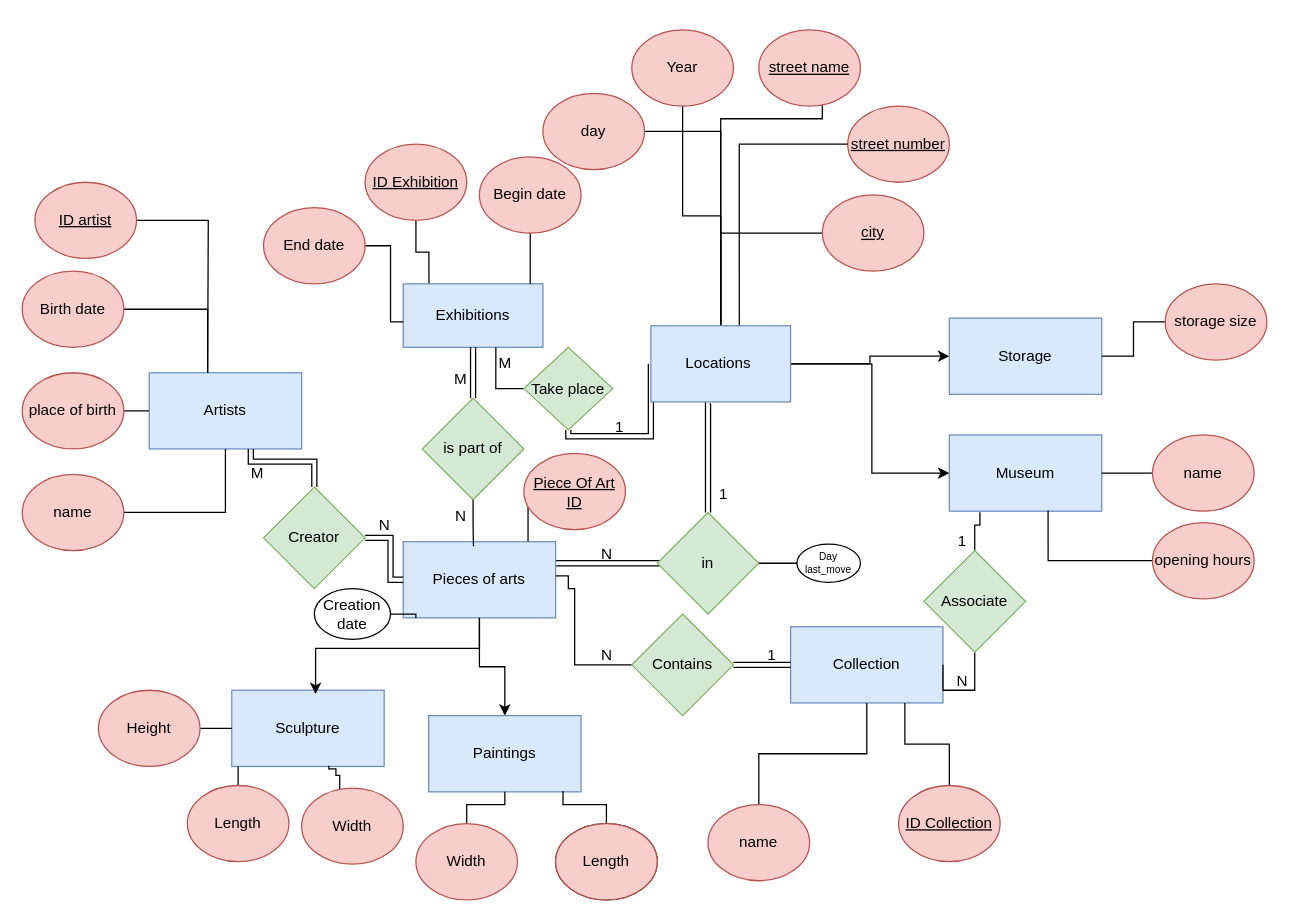
Above: arts.drawio in KhalyHackerman/databases_p1 (draw.io), before the change. Source tidied: cells renumbered, new cells numbered last; positions are measured from the earlier drawing's top-left corner, leaving out a move shared by most shapes. Both pictures are drawn from the tidied source at 127%, with x=0, y=0 at pixel (22, 29).
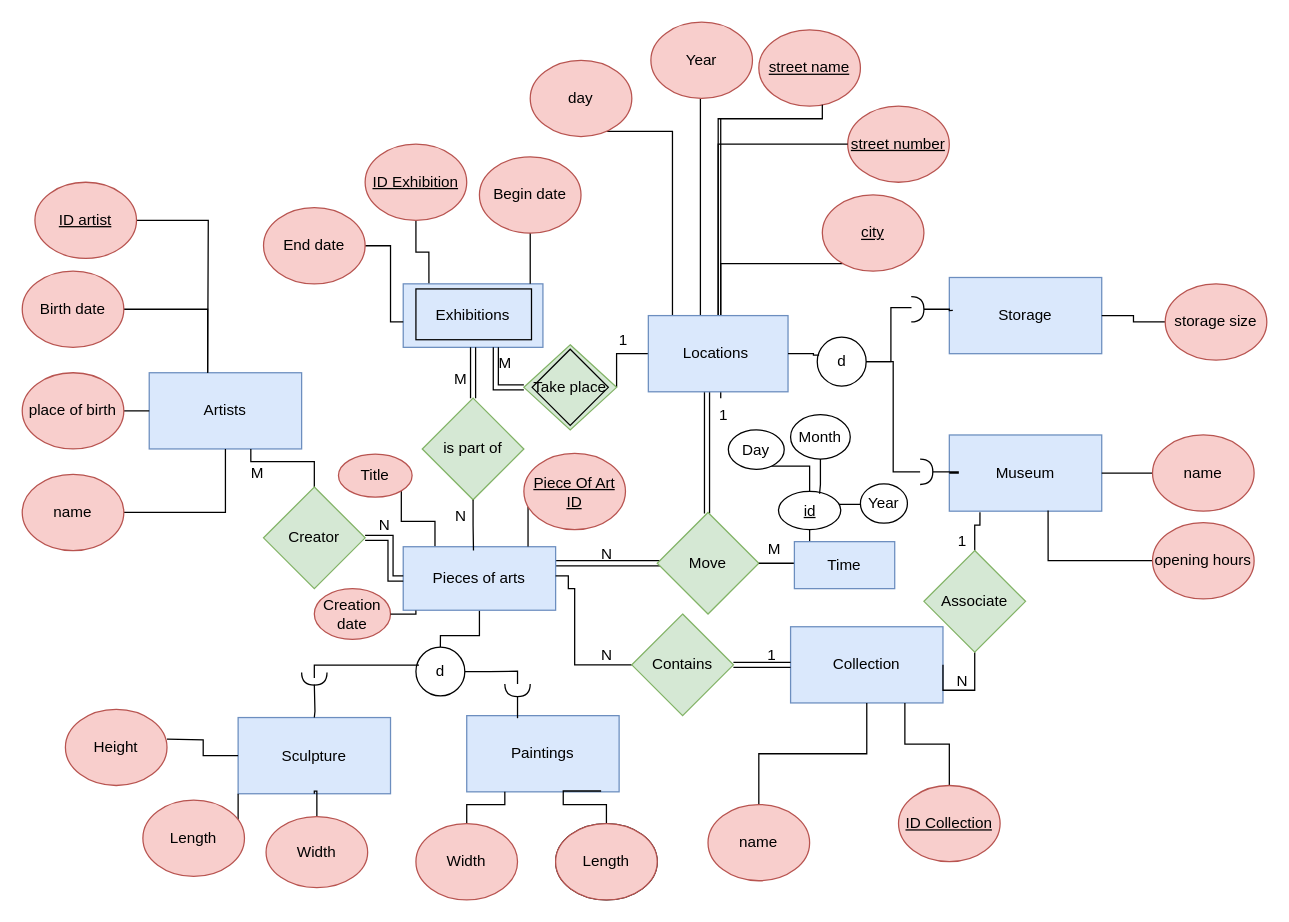
Above is the later version.

Commit message:
Mettre à jour arts.drawio

The change refers to these unchanged cells:
```xml
<mxCell id="5" value="Artists" style="rounded=0;whiteSpace=wrap;html=1;fillColor=#dae8fc;strokeColor=#6c8ebf;" parent="1" vertex="1">
  <mxGeometry x="100" y="270" width="120" height="60" as="geometry" />
</mxCell>
<mxCell id="6" value="Exhibitions" style="rounded=0;whiteSpace=wrap;html=1;fillColor=#dae8fc;strokeColor=#6c8ebf;" parent="1" vertex="1">
  <mxGeometry x="300" y="200" width="110" height="50" as="geometry" />
</mxCell>
<mxCell id="10" value="Museum" style="rounded=0;whiteSpace=wrap;html=1;fillColor=#dae8fc;strokeColor=#6c8ebf;" parent="1" vertex="1">
  <mxGeometry x="730" y="319" width="120" height="60" as="geometry" />
</mxCell>
<mxCell id="16" value="Creator" style="rhombus;whiteSpace=wrap;html=1;fillColor=#d5e8d4;strokeColor=#82b366;" parent="1" vertex="1">
  <mxGeometry x="190" y="360" width="80" height="80" as="geometry" />
</mxCell>
<mxCell id="66" value="&lt;u&gt;city&lt;/u&gt;" style="ellipse;whiteSpace=wrap;html=1;fillColor=#f8cecc;strokeColor=#b85450;" parent="1" vertex="1">
  <mxGeometry x="630" y="130" width="80" height="60" as="geometry" />
</mxCell>
<mxCell id="68" value="&lt;u&gt;street name&lt;/u&gt;" style="ellipse;whiteSpace=wrap;html=1;fillColor=#f8cecc;strokeColor=#b85450;" parent="1" vertex="1">
  <mxGeometry x="580" width="80" height="60" as="geometry" />
</mxCell>
<mxCell id="69" value="&lt;u&gt;street number&lt;/u&gt;" style="ellipse;whiteSpace=wrap;html=1;fillColor=#f8cecc;strokeColor=#b85450;" parent="1" vertex="1">
  <mxGeometry x="650" y="60" width="80" height="60" as="geometry" />
</mxCell>
```

Diff of the diagram source:
```diff
@@
-    <mxCell id="3" style="edgeStyle=orthogonalEdgeStyle;rounded=0;jettySize=auto;html=1;" parent="1" edge="1" source="4" target="11">
-      <mxGeometry relative="1" as="geometry" />
-    </mxCell>
+    <mxCell id="96" style="edgeStyle=orthogonalEdgeStyle;rounded=0;jettySize=auto;html=1;entryX=0.5;entryY=0;entryDx=0;entryDy=0;endArrow=none;startFill=0;" parent="1" edge="1" source="4" target="99">
+      <mxGeometry relative="1" as="geometry" />
+    </mxCell>
+    <mxCell id="97" style="edgeStyle=orthogonalEdgeStyle;rounded=0;jettySize=auto;html=1;entryX=1;entryY=1;entryDx=0;entryDy=0;endArrow=none;startFill=0;" parent="1" edge="1" source="4" target="116">
+      <mxGeometry relative="1" as="geometry">
+        <Array as="points">
+          <mxPoint x="325" y="387" />
+          <mxPoint x="299" y="387" />
+        </Array>
+      </mxGeometry>
+    </mxCell>
     <mxCell id="4" value="Pieces of arts" style="rounded=0;whiteSpace=wrap;html=1;fillColor=#dae8fc;strokeColor=#6c8ebf;" parent="1" vertex="1">
-      <mxGeometry x="300" y="403" width="120" height="60" as="geometry" />
+      <mxGeometry x="300" y="407" width="120" height="50" as="geometry" />
     </mxCell>
@@
-    <mxCell id="7" style="edgeStyle=orthogonalEdgeStyle;rounded=0;jettySize=auto;html=1;entryX=0;entryY=0.5;entryDx=0;entryDy=0;exitX=1;exitY=0.5;exitDx=0;exitDy=0;" parent="1" edge="1" source="94" target="10">
-      <mxGeometry relative="1" as="geometry">
-        <Array as="points">
-          <mxPoint x="669" y="263" />
-          <mxPoint x="669" y="349" />
-        </Array>
-      </mxGeometry>
-    </mxCell>
-    <mxCell id="8" style="edgeStyle=orthogonalEdgeStyle;rounded=0;jettySize=auto;html=1;entryX=0;entryY=0.5;entryDx=0;entryDy=0;" parent="1" edge="1" source="94" target="9">
-      <mxGeometry relative="1" as="geometry" />
-    </mxCell>
     <mxCell id="9" value="Storage" style="rounded=0;whiteSpace=wrap;html=1;fillColor=#dae8fc;strokeColor=#6c8ebf;" parent="1" vertex="1">
-      <mxGeometry x="730" y="227" width="120" height="60" as="geometry" />
+      <mxGeometry x="730" y="195" width="120" height="60" as="geometry" />
     </mxCell>
@@
     <mxCell id="11" value="Paintings" style="whiteSpace=wrap;html=1;fillColor=#dae8fc;strokeColor=#6c8ebf;" parent="1" vertex="1">
-      <mxGeometry x="320" y="540" width="120" height="60" as="geometry" />
+      <mxGeometry x="350" y="540" width="120" height="60" as="geometry" />
     </mxCell>
     <mxCell id="12" value="Sculpture" style="whiteSpace=wrap;html=1;fillColor=#dae8fc;strokeColor=#6c8ebf;" parent="1" vertex="1">
-      <mxGeometry x="165" y="520" width="120" height="60" as="geometry" />
+      <mxGeometry x="170" y="541.5" width="120" height="60" as="geometry" />
     </mxCell>
@@
-    <mxCell id="14" style="edgeStyle=orthogonalEdgeStyle;rounded=0;jettySize=auto;html=1;endArrow=none;startFill=0;shape=link;" parent="1" edge="1" source="16" target="5">
+    <mxCell id="14" style="edgeStyle=orthogonalEdgeStyle;rounded=0;jettySize=auto;html=1;endArrow=none;startFill=0;" parent="1" edge="1" source="16" target="5">
       <mxGeometry relative="1" as="geometry">
         <Array as="points">
           <mxPoint x="230" y="340" />
           <mxPoint x="180" y="340" />
         </Array>
       </mxGeometry>
     </mxCell>
@@
-    <mxCell id="17" style="edgeStyle=orthogonalEdgeStyle;rounded=0;jettySize=auto;html=1;entryX=0;entryY=0.5;entryDx=0;entryDy=0;endArrow=none;startFill=0;exitX=0.5;exitY=1;exitDx=0;exitDy=0;shape=link;" parent="1" edge="1" source="19" target="94">
+    <mxCell id="17" style="edgeStyle=orthogonalEdgeStyle;rounded=0;jettySize=auto;html=1;entryX=0;entryY=0.5;entryDx=0;entryDy=0;endArrow=none;startFill=0;exitX=1;exitY=0.5;exitDx=0;exitDy=0;" parent="1" edge="1" source="19" target="94">
       <mxGeometry relative="1" as="geometry">
         <Array as="points">
-          <mxPoint x="430" y="320" />
+          <mxPoint x="468" y="255" />
         </Array>
       </mxGeometry>
     </mxCell>
-    <mxCell id="18" style="edgeStyle=orthogonalEdgeStyle;rounded=0;jettySize=auto;html=1;entryX=0.663;entryY=0.997;entryDx=0;entryDy=0;entryPerimeter=0;exitX=0;exitY=0.5;exitDx=0;exitDy=0;endArrow=none;startFill=0;" parent="1" edge="1" source="19" target="6">
+    <mxCell id="18" style="edgeStyle=orthogonalEdgeStyle;rounded=0;jettySize=auto;html=1;entryX=0.663;entryY=0.997;entryDx=0;entryDy=0;entryPerimeter=0;exitX=0;exitY=0.5;exitDx=0;exitDy=0;endArrow=none;startFill=0;shape=link;" parent="1" edge="1" source="19" target="6">
       <mxGeometry relative="1" as="geometry" />
     </mxCell>
     <mxCell id="19" value="Take place" style="rhombus;whiteSpace=wrap;html=1;fillColor=#d5e8d4;strokeColor=#82b366;" parent="1" vertex="1">
-      <mxGeometry x="395" y="250" width="70" height="65" as="geometry" />
+      <mxGeometry x="395" y="248" width="73" height="67" as="geometry" />
     </mxCell>
@@
-    <mxCell id="21" value="in" style="rhombus;whiteSpace=wrap;html=1;fillColor=#d5e8d4;strokeColor=#82b366;" parent="1" vertex="1">
+    <mxCell id="21" value="Move" style="rhombus;whiteSpace=wrap;html=1;fillColor=#d5e8d4;strokeColor=#82b366;" parent="1" vertex="1">
       <mxGeometry x="500" y="380" width="80" height="80" as="geometry" />
     </mxCell>
@@
-    <mxCell id="36" value="Creation date" style="ellipse;whiteSpace=wrap;html=1;" parent="1" vertex="1">
+    <mxCell id="36" value="Creation date" style="ellipse;whiteSpace=wrap;html=1;fillColor=#f8cecc;strokeColor=#b85450;" parent="1" vertex="1">
       <mxGeometry x="230" y="440" width="60" height="40" as="geometry" />
     </mxCell>
@@
-    <mxCell id="42" style="edgeStyle=orthogonalEdgeStyle;rounded=0;jettySize=auto;html=1;entryX=0.637;entryY=0.992;entryDx=0;entryDy=0;entryPerimeter=0;endArrow=none;startFill=0;" parent="1" edge="1" source="43" target="12">
-      <mxGeometry relative="1" as="geometry">
-        <Array as="points">
-          <mxPoint x="250" y="587" />
-          <mxPoint x="247" y="587" />
-          <mxPoint x="247" y="582" />
-          <mxPoint x="241" y="582" />
-        </Array>
-      </mxGeometry>
+    <mxCell id="42" style="edgeStyle=orthogonalEdgeStyle;rounded=0;jettySize=auto;html=1;entryX=0.5;entryY=1;entryDx=0;entryDy=0;endArrow=none;startFill=0;" parent="1" edge="1" source="43" target="12">
+      <mxGeometry relative="1" as="geometry" />
     </mxCell>
     <mxCell id="43" value="Width" style="ellipse;whiteSpace=wrap;html=1;fillColor=#f8cecc;strokeColor=#b85450;" parent="1" vertex="1">
-      <mxGeometry x="220" y="597" width="80" height="60" as="geometry" />
+      <mxGeometry x="192" y="619.5" width="80" height="56" as="geometry" />
     </mxCell>
     <mxCell id="44" style="edgeStyle=orthogonalEdgeStyle;rounded=0;jettySize=auto;html=1;endArrow=none;startFill=0;" parent="1" edge="1" source="45" target="12">
       <mxGeometry relative="1" as="geometry">
         <Array as="points">
-          <mxPoint x="170" y="580" />
-          <mxPoint x="220" y="580" />
+          <mxPoint x="170" y="573.5" />
+          <mxPoint x="220" y="573.5" />
         </Array>
       </mxGeometry>
     </mxCell>
     <mxCell id="45" value="Length" style="ellipse;whiteSpace=wrap;html=1;fillColor=#f8cecc;strokeColor=#b85450;" parent="1" vertex="1">
-      <mxGeometry x="130" y="595" width="80" height="60" as="geometry" />
+      <mxGeometry x="95" y="606.5" width="80" height="60" as="geometry" />
     </mxCell>
@@
-    <mxCell id="47" style="edgeStyle=orthogonalEdgeStyle;rounded=0;jettySize=auto;html=1;endArrow=none;startFill=0;" parent="1" edge="1" source="48" target="94">
-      <mxGeometry relative="1" as="geometry" />
+    <mxCell id="47" style="edgeStyle=orthogonalEdgeStyle;rounded=0;jettySize=auto;html=1;endArrow=none;startFill=0;" parent="1" edge="1" source="48">
+      <mxGeometry relative="1" as="geometry">
+        <mxPoint x="537" y="231" as="targetPoint" />
+        <Array as="points">
+          <mxPoint x="534" y="233" />
+          <mxPoint x="537" y="233" />
+        </Array>
+      </mxGeometry>
     </mxCell>
     <mxCell id="48" value="Year" style="ellipse;whiteSpace=wrap;html=1;fillColor=#f8cecc;strokeColor=#b85450;" parent="1" vertex="1">
-      <mxGeometry x="480" width="80" height="60" as="geometry" />
+      <mxGeometry x="495" y="-6" width="80" height="60" as="geometry" />
     </mxCell>
     <mxCell id="49" style="edgeStyle=orthogonalEdgeStyle;rounded=0;jettySize=auto;html=1;endArrow=none;startFill=0;" parent="1" edge="1" source="50" target="94">
-      <mxGeometry relative="1" as="geometry" />
+      <mxGeometry relative="1" as="geometry">
+        <Array as="points">
+          <mxPoint x="512" y="80" />
+        </Array>
+      </mxGeometry>
     </mxCell>
     <mxCell id="50" value="day" style="ellipse;whiteSpace=wrap;html=1;fillColor=#f8cecc;strokeColor=#b85450;" parent="1" vertex="1">
-      <mxGeometry x="410" y="50" width="80" height="60" as="geometry" />
+      <mxGeometry x="400" y="24" width="80" height="60" as="geometry" />
     </mxCell>
@@
-    <mxCell id="59" style="edgeStyle=orthogonalEdgeStyle;rounded=0;jettySize=auto;html=1;endArrow=none;startFill=0;" parent="1" edge="1" source="60" target="12">
-      <mxGeometry relative="1" as="geometry" />
+    <mxCell id="59" style="edgeStyle=orthogonalEdgeStyle;rounded=0;jettySize=auto;html=1;endArrow=none;startFill=0;" parent="1" edge="1" target="12">
+      <mxGeometry relative="1" as="geometry">
+        <mxPoint x="114" y="558.5" as="sourcePoint" />
+      </mxGeometry>
     </mxCell>
     <mxCell id="60" value="Height" style="ellipse;whiteSpace=wrap;html=1;fillColor=#f8cecc;strokeColor=#b85450;" parent="1" vertex="1">
-      <mxGeometry x="60" y="520" width="80" height="60" as="geometry" />
+      <mxGeometry x="34" y="535" width="80" height="60" as="geometry" />
     </mxCell>
@@
     <mxCell id="65" style="edgeStyle=orthogonalEdgeStyle;rounded=0;jettySize=auto;html=1;entryX=0.5;entryY=0;entryDx=0;entryDy=0;endArrow=none;startFill=0;" parent="1" edge="1" source="66" target="94">
-      <mxGeometry relative="1" as="geometry" />
+      <mxGeometry relative="1" as="geometry">
+        <Array as="points">
+          <mxPoint x="550" y="184" />
+        </Array>
+      </mxGeometry>
     </mxCell>
@@
-    <mxCell id="67" style="edgeStyle=orthogonalEdgeStyle;rounded=0;jettySize=auto;html=1;endArrow=none;startFill=0;" parent="1" edge="1" source="68">
+    <mxCell id="67" style="edgeStyle=orthogonalEdgeStyle;rounded=0;jettySize=auto;html=1;endArrow=none;startFill=0;" parent="1" edge="1" source="94">
       <mxGeometry relative="1" as="geometry">
         <mxPoint x="550" y="290" as="targetPoint" />
         <Array as="points">
-          <mxPoint x="630" y="70" />
           <mxPoint x="550" y="70" />
         </Array>
       </mxGeometry>
     </mxCell>
@@
     <mxCell id="76" value="1" style="text;html=1;align=center;verticalAlign=middle;strokeColor=none;fillColor=none;" parent="1" vertex="1">
-      <mxGeometry x="455" y="298" width="30" height="30" as="geometry" />
+      <mxGeometry x="458" y="230" width="30" height="30" as="geometry" />
     </mxCell>
@@
-    <mxCell id="82" value="Day last_move" style="ellipse;whiteSpace=wrap;html=1;fontSize=8;" parent="1" vertex="1">
-      <mxGeometry x="610" y="405" width="50" height="30" as="geometry" />
-    </mxCell>
-    <mxCell id="83" style="edgeStyle=orthogonalEdgeStyle;rounded=0;jettySize=auto;html=1;entryX=1;entryY=0.5;entryDx=0;entryDy=0;endArrow=none;startFill=0;" parent="1" edge="1" source="82" target="21">
-      <mxGeometry relative="1" as="geometry" />
+    <mxCell id="83" style="edgeStyle=orthogonalEdgeStyle;rounded=0;jettySize=auto;html=1;entryX=1;entryY=0.5;entryDx=0;entryDy=0;endArrow=none;startFill=0;" parent="1" edge="1" target="21">
+      <mxGeometry relative="1" as="geometry">
+        <mxPoint x="612" y="420" as="sourcePoint" />
+      </mxGeometry>
     </mxCell>
@@
-    <mxCell id="92" style="edgeStyle=orthogonalEdgeStyle;rounded=0;jettySize=auto;html=1;entryX=0.55;entryY=0.05;entryDx=0;entryDy=0;entryPerimeter=0;" parent="1" edge="1" source="4" target="12">
-      <mxGeometry relative="1" as="geometry">
-        <Array as="points">
-          <mxPoint x="360" y="487" />
-          <mxPoint x="231" y="487" />
-        </Array>
-      </mxGeometry>
-    </mxCell>
-    <mxCell id="93" style="edgeStyle=orthogonalEdgeStyle;rounded=0;jettySize=auto;html=1;entryX=0.633;entryY=0.033;entryDx=0;entryDy=0;entryPerimeter=0;endArrow=none;startFill=0;exitX=0;exitY=0.5;exitDx=0;exitDy=0;" parent="1" edge="1" source="69" target="94">
+    <mxCell id="93" style="edgeStyle=orthogonalEdgeStyle;rounded=0;jettySize=auto;html=1;entryX=0.5;entryY=0;entryDx=0;entryDy=0;endArrow=none;startFill=0;exitX=0;exitY=0.5;exitDx=0;exitDy=0;" parent="1" edge="1" source="69" target="94">
       <mxGeometry relative="1" as="geometry" />
     </mxCell>
+    <mxCell id="95" value="1&lt;div&gt;&lt;br&gt;&lt;/div&gt;" style="text;html=1;align=center;verticalAlign=middle;strokeColor=none;fillColor=none;" parent="1" vertex="1">
+      <mxGeometry x="540" y="290" width="24" height="41" as="geometry" />
+    </mxCell>
+    <mxCell id="98" style="edgeStyle=orthogonalEdgeStyle;rounded=0;jettySize=auto;html=1;endArrow=none;startFill=0;" parent="1" edge="1" source="68" target="94">
+      <mxGeometry relative="1" as="geometry">
+        <Array as="points">
+          <mxPoint x="630" y="70" />
+        </Array>
+      </mxGeometry>
+    </mxCell>
     <mxCell id="94" value="Locations&amp;nbsp;" style="rounded=0;whiteSpace=wrap;html=1;fillColor=#dae8fc;strokeColor=#6c8ebf;" parent="1" vertex="1">
-      <mxGeometry x="495" y="233" width="110" height="60" as="geometry" />
+      <mxGeometry x="493" y="225" width="110" height="60" as="geometry" />
     </mxCell>
-    <mxCell id="95" value="1&lt;div&gt;&lt;br&gt;&lt;/div&gt;" style="text;html=1;align=center;verticalAlign=middle;strokeColor=none;fillColor=none;" parent="1" vertex="1">
-      <mxGeometry x="540" y="352.5" width="24" height="41" as="geometry" />
-    </mxCell>
+    <mxCell id="99" value="d" style="ellipse;whiteSpace=wrap;html=1;" parent="1" vertex="1">
+      <mxGeometry x="310" y="486" width="38.5" height="38.5" as="geometry" />
+    </mxCell>
+    <mxCell id="100" style="edgeStyle=orthogonalEdgeStyle;rounded=0;jettySize=auto;html=1;entryX=0;entryY=0.5;entryDx=0;entryDy=0;endArrow=none;startFill=0;" parent="1" edge="1" source="105" target="10">
+      <mxGeometry relative="1" as="geometry" />
+    </mxCell>
+    <mxCell id="101" value="d" style="ellipse;whiteSpace=wrap;html=1;" parent="1" vertex="1">
+      <mxGeometry x="626" y="242" width="38.5" height="38.5" as="geometry" />
+    </mxCell>
+    <mxCell id="102" style="edgeStyle=orthogonalEdgeStyle;rounded=0;jettySize=auto;html=1;entryX=0.038;entryY=0.369;entryDx=0;entryDy=0;entryPerimeter=0;endArrow=none;startFill=0;" parent="1" edge="1" source="94" target="101">
+      <mxGeometry relative="1" as="geometry" />
+    </mxCell>
+    <mxCell id="103" style="edgeStyle=orthogonalEdgeStyle;rounded=0;jettySize=auto;html=1;entryX=0.023;entryY=0.433;entryDx=0;entryDy=0;entryPerimeter=0;endArrow=none;startFill=0;" parent="1" edge="1" source="107" target="9">
+      <mxGeometry relative="1" as="geometry" />
+    </mxCell>
+    <mxCell id="104" style="edgeStyle=orthogonalEdgeStyle;rounded=0;jettySize=auto;html=1;entryX=1;entryY=0.5;entryDx=0;entryDy=0;endArrow=none;startFill=0;" parent="1" edge="1" source="105" target="101">
+      <mxGeometry relative="1" as="geometry" />
+    </mxCell>
+    <mxCell id="105" style="shape=requiredInterface;html=1;verticalLabelPosition=bottom;sketch=0;" parent="1" vertex="1">
+      <mxGeometry x="707" y="338" width="10" height="20" as="geometry" />
+    </mxCell>
+    <mxCell id="106" style="edgeStyle=orthogonalEdgeStyle;rounded=0;jettySize=auto;html=1;entryX=0.023;entryY=0.433;entryDx=0;entryDy=0;entryPerimeter=0;endArrow=none;startFill=0;" parent="1" edge="1" source="101" target="107">
+      <mxGeometry relative="1" as="geometry">
+        <Array as="points">
+          <mxPoint x="684" y="261" />
+          <mxPoint x="684" y="219" />
+        </Array>
+      </mxGeometry>
+    </mxCell>
+    <mxCell id="107" style="shape=requiredInterface;html=1;verticalLabelPosition=bottom;sketch=0;" parent="1" vertex="1">
+      <mxGeometry x="700" y="210" width="10" height="20" as="geometry" />
+    </mxCell>
+    <mxCell id="108" style="ellipse;whiteSpace=wrap;html=1;align=center;fillColor=none;strokeColor=none;perimeter=centerPerimeter;" parent="1" vertex="1">
+      <mxGeometry x="371" y="583" width="10" height="10" as="geometry" />
+    </mxCell>
+    <mxCell id="109" style="edgeStyle=orthogonalEdgeStyle;rounded=0;jettySize=auto;html=1;endArrow=none;startFill=0;" parent="1" edge="1" target="12">
+      <mxGeometry relative="1" as="geometry">
+        <mxPoint x="230" y="515.5" as="sourcePoint" />
+      </mxGeometry>
+    </mxCell>
+    <mxCell id="110" style="edgeStyle=orthogonalEdgeStyle;rounded=0;orthogonalLoop=1;jettySize=auto;html=1;endArrow=none;startFill=0;" parent="1" edge="1">
+      <mxGeometry relative="1" as="geometry">
+        <mxPoint x="230" y="510.3" as="sourcePoint" />
+        <mxPoint x="312.4" y="500.2" as="targetPoint" />
+        <Array as="points">
+          <mxPoint x="230" y="500.2" />
+        </Array>
+      </mxGeometry>
+    </mxCell>
+    <mxCell id="111" style="shape=requiredInterface;html=1;verticalLabelPosition=bottom;sketch=0;rotation=90;" parent="1" vertex="1">
+      <mxGeometry x="225" y="501" width="10" height="20" as="geometry" />
+    </mxCell>
+    <mxCell id="112" style="shape=requiredInterface;html=1;verticalLabelPosition=bottom;sketch=0;rotation=90;" parent="1" vertex="1">
+      <mxGeometry x="385" y="510" width="10" height="20" as="geometry" />
+    </mxCell>
+    <mxCell id="113" style="edgeStyle=orthogonalEdgeStyle;rounded=0;jettySize=auto;html=1;entryX=0;entryY=0.5;entryDx=0;entryDy=0;entryPerimeter=0;endArrow=none;startFill=0;" parent="1" edge="1" source="99" target="112">
+      <mxGeometry relative="1" as="geometry">
+        <Array as="points">
+          <mxPoint x="368" y="505" />
+          <mxPoint x="390" y="505" />
+        </Array>
+      </mxGeometry>
+    </mxCell>
+    <mxCell id="114" style="edgeStyle=orthogonalEdgeStyle;rounded=0;jettySize=auto;html=1;endArrow=none;startFill=0;" parent="1" edge="1" source="112">
+      <mxGeometry relative="1" as="geometry">
+        <mxPoint x="390" y="542" as="targetPoint" />
+        <Array as="points">
+          <mxPoint x="390" y="542" />
+        </Array>
+      </mxGeometry>
+    </mxCell>
+    <mxCell id="115" style="rounded=0;whiteSpace=wrap;html=1;fillColor=none;" parent="1" vertex="1">
+      <mxGeometry x="310" y="204" width="91" height="40" as="geometry" />
+    </mxCell>
+    <mxCell id="116" value="Title" style="ellipse;whiteSpace=wrap;html=1;fillColor=#f8cecc;strokeColor=#b85450;" parent="1" vertex="1">
+      <mxGeometry x="249" y="334" width="58" height="34" as="geometry" />
+    </mxCell>
+    <mxCell id="117" style="rhombus;whiteSpace=wrap;html=1;fillColor=none;" parent="1" vertex="1">
+      <mxGeometry x="401.5" y="251.5" width="60" height="60" as="geometry" />
+    </mxCell>
+    <mxCell id="118" style="edgeStyle=orthogonalEdgeStyle;rounded=0;jettySize=auto;html=1;entryX=0.5;entryY=0;entryDx=0;entryDy=0;endArrow=none;startFill=0;" parent="1" edge="1" source="120" target="121">
+      <mxGeometry relative="1" as="geometry" />
+    </mxCell>
+    <mxCell id="119" style="edgeStyle=orthogonalEdgeStyle;rounded=0;jettySize=auto;html=1;entryX=0.5;entryY=1;entryDx=0;entryDy=0;endArrow=none;startFill=0;" parent="1" edge="1" source="120" target="122">
+      <mxGeometry relative="1" as="geometry" />
+    </mxCell>
+    <mxCell id="120" value="&lt;u&gt;id&lt;/u&gt;" style="ellipse;whiteSpace=wrap;html=1;" parent="1" vertex="1">
+      <mxGeometry x="595.5" y="363.5" width="49" height="30" as="geometry" />
+    </mxCell>
+    <mxCell id="121" value="Time" style="rounded=0;whiteSpace=wrap;html=1;fillColor=#dae8fc;strokeColor=#6c8ebf;" parent="1" vertex="1">
+      <mxGeometry x="608" y="403" width="79" height="37" as="geometry" />
+    </mxCell>
+    <mxCell id="122" value="Day" style="ellipse;whiteSpace=wrap;html=1;" parent="1" vertex="1">
+      <mxGeometry x="556" y="315" width="44" height="31" as="geometry" />
+    </mxCell>
+    <mxCell id="123" style="edgeStyle=orthogonalEdgeStyle;rounded=0;jettySize=auto;html=1;entryX=0.66;entryY=0.061;entryDx=0;entryDy=0;endArrow=none;startFill=0;entryPerimeter=0;" parent="1" edge="1" source="124" target="120">
+      <mxGeometry relative="1" as="geometry" />
+    </mxCell>
+    <mxCell id="124" value="Month" style="ellipse;whiteSpace=wrap;html=1;" parent="1" vertex="1">
+      <mxGeometry x="605" y="303" width="47" height="35" as="geometry" />
+    </mxCell>
+    <mxCell id="125" value="Year" style="ellipse;whiteSpace=wrap;html=1;" parent="1" vertex="1">
+      <mxGeometry x="660" y="357.5" width="37" height="31" as="geometry" />
+    </mxCell>
+    <mxCell id="126" style="edgeStyle=orthogonalEdgeStyle;rounded=0;jettySize=auto;html=1;entryX=0.974;entryY=0.339;entryDx=0;entryDy=0;entryPerimeter=0;endArrow=none;startFill=0;" parent="1" edge="1" source="125" target="120">
+      <mxGeometry relative="1" as="geometry">
+        <Array as="points">
+          <mxPoint x="645" y="373" />
+        </Array>
+      </mxGeometry>
+    </mxCell>
+    <mxCell id="127" value="M" style="text;html=1;align=center;verticalAlign=middle;strokeColor=none;fillColor=none;" parent="1" vertex="1">
+      <mxGeometry x="578.5" y="396" width="27" height="26" as="geometry" />
+    </mxCell>
```
